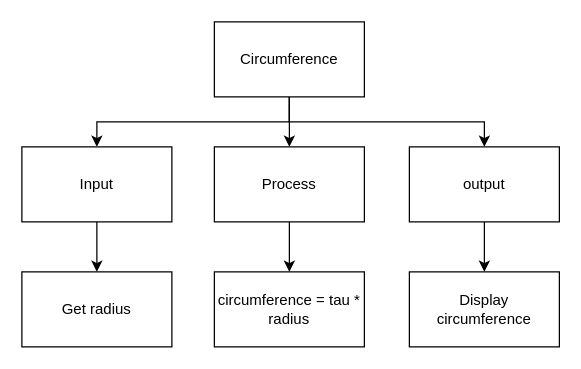
Earlier version of the draw.io diagram page "Top Down" (1 of 2) of design.drawio (Samuel-Webster-178/ICS3U-Unit3-Unit3-04-Python). Source tidied: cells renumbered, new cells numbered last; positions are measured from the earlier drawing's top-left corner, leaving out a move shared by most shapes. Both pictures are drawn from the tidied source at 125%, with x=0, y=0 at pixel (21, 21).
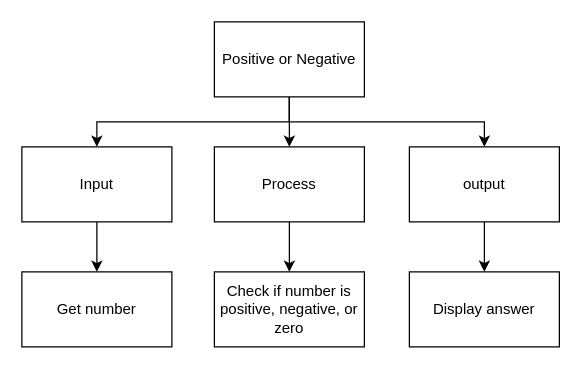
Above is the later version.

Diff of the diagram source:
```diff
@@
 <mxGraphModel>
   <root>
     <mxCell id="0" />
     <mxCell id="1" parent="0" />
     <mxCell id="2" style="edgeStyle=none;html=1;" parent="1" edge="1" source="5" target="9">
       <mxGeometry relative="1" as="geometry" />
     </mxCell>
     <mxCell id="3" style="edgeStyle=orthogonalEdgeStyle;html=1;entryX=0.5;entryY=0;entryDx=0;entryDy=0;rounded=0;" parent="1" edge="1" source="5" target="7">
       <mxGeometry relative="1" as="geometry">
         <Array as="points">
           <mxPoint x="214" y="80" />
           <mxPoint x="60" y="80" />
         </Array>
       </mxGeometry>
     </mxCell>
     <mxCell id="4" style="edgeStyle=orthogonalEdgeStyle;html=1;entryX=0.5;entryY=0;entryDx=0;entryDy=0;rounded=0;" parent="1" edge="1" source="5" target="11">
       <mxGeometry relative="1" as="geometry">
         <Array as="points">
           <mxPoint x="214" y="80" />
           <mxPoint x="370" y="80" />
         </Array>
       </mxGeometry>
     </mxCell>
-    <mxCell id="5" value="Circumference" style="rounded=0;whiteSpace=wrap;html=1;" parent="1" vertex="1">
+    <mxCell id="5" value="Positive or Negative" style="rounded=0;whiteSpace=wrap;html=1;" parent="1" vertex="1">
       <mxGeometry x="154" width="120" height="60" as="geometry" />
     </mxCell>
     <mxCell id="6" style="edgeStyle=orthogonalEdgeStyle;rounded=0;html=1;" parent="1" edge="1" source="7" target="12">
       <mxGeometry relative="1" as="geometry" />
     </mxCell>
     <mxCell id="7" value="Input" style="rounded=0;whiteSpace=wrap;html=1;" parent="1" vertex="1">
       <mxGeometry y="100" width="120" height="60" as="geometry" />
     </mxCell>
     <mxCell id="8" style="edgeStyle=orthogonalEdgeStyle;rounded=0;html=1;" parent="1" edge="1" source="9" target="13">
       <mxGeometry relative="1" as="geometry" />
     </mxCell>
     <mxCell id="9" value="Process" style="rounded=0;whiteSpace=wrap;html=1;" parent="1" vertex="1">
       <mxGeometry x="154" y="100" width="120" height="60" as="geometry" />
     </mxCell>
     <mxCell id="10" style="edgeStyle=orthogonalEdgeStyle;rounded=0;html=1;" parent="1" edge="1" source="11" target="14">
       <mxGeometry relative="1" as="geometry" />
     </mxCell>
     <mxCell id="11" value="output" style="rounded=0;whiteSpace=wrap;html=1;" parent="1" vertex="1">
       <mxGeometry x="310" y="100" width="120" height="60" as="geometry" />
     </mxCell>
-    <mxCell id="12" value="Get radius" style="rounded=0;whiteSpace=wrap;html=1;" parent="1" vertex="1">
+    <mxCell id="12" value="Get number" style="rounded=0;whiteSpace=wrap;html=1;" parent="1" vertex="1">
       <mxGeometry y="200" width="120" height="60" as="geometry" />
     </mxCell>
-    <mxCell id="13" value="circumference = tau * radius" style="rounded=0;whiteSpace=wrap;html=1;" parent="1" vertex="1">
+    <mxCell id="13" value="Check if number is positive, negative, or zero" style="rounded=0;whiteSpace=wrap;html=1;" parent="1" vertex="1">
       <mxGeometry x="154" y="200" width="120" height="60" as="geometry" />
     </mxCell>
-    <mxCell id="14" value="Display circumference" style="rounded=0;whiteSpace=wrap;html=1;" parent="1" vertex="1">
+    <mxCell id="14" value="Display answer" style="rounded=0;whiteSpace=wrap;html=1;" parent="1" vertex="1">
       <mxGeometry x="310" y="200" width="120" height="60" as="geometry" />
     </mxCell>
   </root>
 </mxGraphModel>
```
